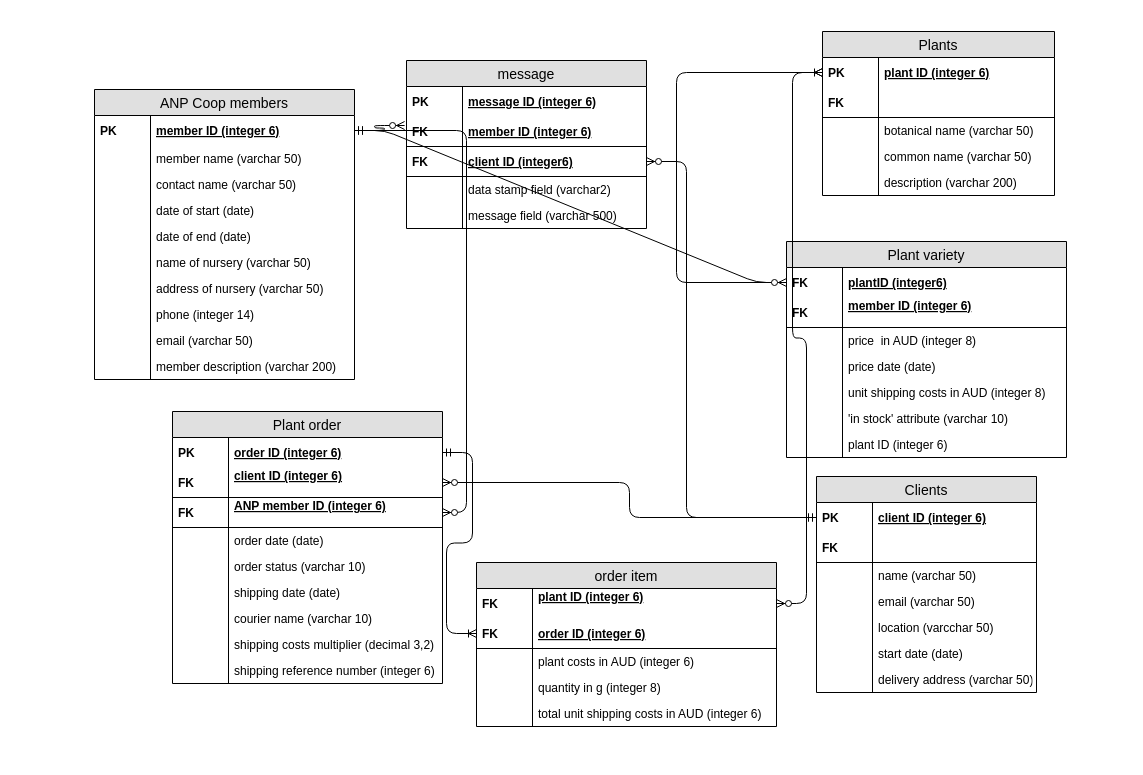
usc-J-K200/MathGame keeps this draw.io diagram as ICT211_Task2.drawio. Above is the earlier version. Source tidied: cells renumbered, new cells numbered last; positions are measured from the earlier drawing's top-left corner, leaving out a move shared by most shapes. Both pictures are drawn from the tidied source at 100%, with x=0, y=0 at pixel (94, 31).
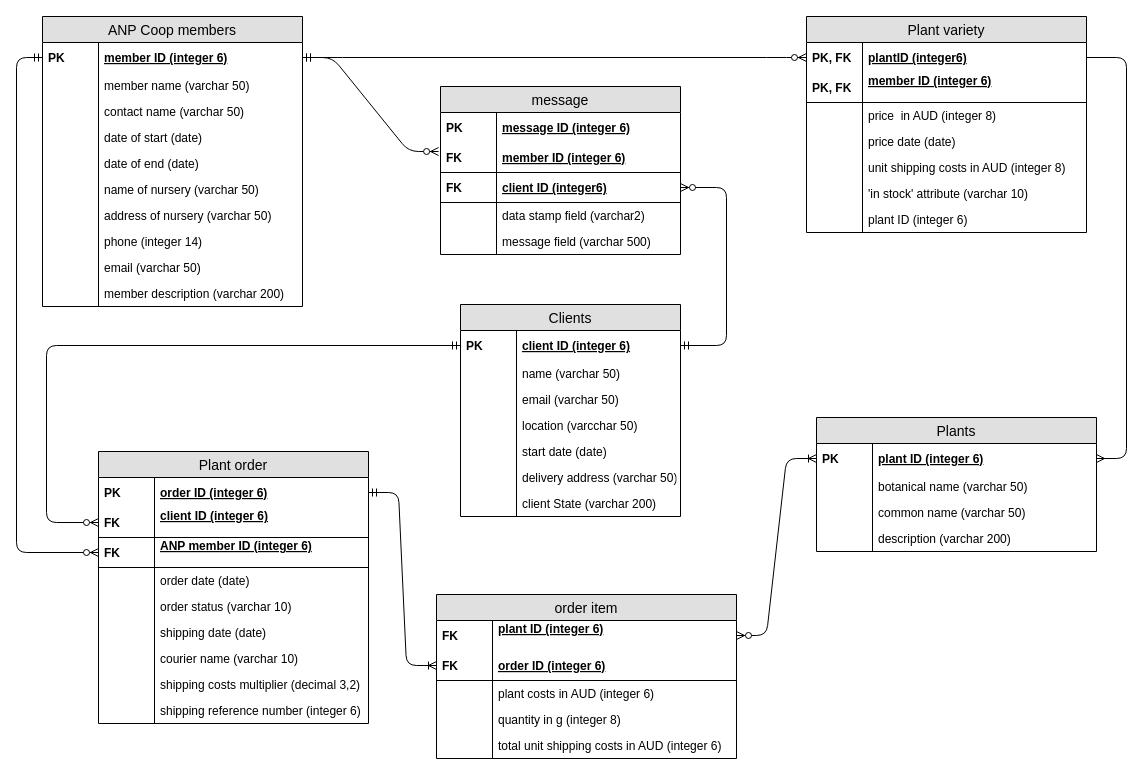
The same diagram, later.

The change refers to these unchanged cells:
```xml
<mxCell id="4" value="member ID (integer 6)" style="shape=partialRectangle;top=0;left=0;right=0;bottom=0;align=left;verticalAlign=middle;fillColor=none;spacingLeft=60;spacingRight=4;overflow=hidden;points=[[0,0.5],[1,0.5]];portConstraint=eastwest;fontStyle=5;fontSize=12;" parent="3" vertex="1">
  <mxGeometry y="26" width="260" height="30" as="geometry" />
</mxCell>
<mxCell id="25" value="client ID (integer 6)" style="shape=partialRectangle;top=0;left=0;right=0;bottom=0;align=left;verticalAlign=middle;fillColor=none;spacingLeft=60;spacingRight=4;overflow=hidden;points=[[0,0.5],[1,0.5]];portConstraint=eastwest;fontStyle=5;fontSize=12;" parent="24" vertex="1">
  <mxGeometry y="26" width="220" height="30" as="geometry" />
</mxCell>
<mxCell id="51" value="plantID (integer6)" style="shape=partialRectangle;top=0;left=0;right=0;bottom=0;align=left;verticalAlign=middle;fillColor=none;spacingLeft=60;spacingRight=4;overflow=hidden;points=[[0,0.5],[1,0.5]];portConstraint=eastwest;fontStyle=5;fontSize=12;" parent="50" vertex="1">
  <mxGeometry y="26" width="280" height="30" as="geometry" />
</mxCell>
<mxCell id="53" value="member ID (integer 6)&#10;" style="shape=partialRectangle;top=0;left=0;right=0;bottom=1;align=left;verticalAlign=middle;fillColor=none;spacingLeft=60;spacingRight=4;overflow=hidden;fontStyle=5;fontSize=12;" parent="50" vertex="1">
  <mxGeometry y="56" width="280" height="30" as="geometry" />
</mxCell>
<mxCell id="68" value="client ID (integer 6)&#10;&#10;" style="shape=partialRectangle;top=0;left=0;right=0;bottom=1;align=left;verticalAlign=middle;fillColor=none;spacingLeft=60;spacingRight=4;overflow=hidden;points=[[0,0.5],[1,0.5]];portConstraint=eastwest;fontStyle=5;fontSize=12;" parent="65" vertex="1">
  <mxGeometry y="56" width="270" height="30" as="geometry" />
</mxCell>
<mxCell id="70" value="ANP member ID (integer 6)&#10;" style="shape=partialRectangle;top=0;left=0;right=0;bottom=1;align=left;verticalAlign=middle;fillColor=none;spacingLeft=60;spacingRight=4;overflow=hidden;points=[[0,0.5],[1,0.5]];portConstraint=eastwest;fontStyle=5;fontSize=12;" parent="65" vertex="1">
  <mxGeometry y="86" width="270" height="30" as="geometry" />
</mxCell>
<mxCell id="100" value="client ID (integer6)" style="shape=partialRectangle;top=0;left=0;right=0;bottom=1;align=left;verticalAlign=middle;fillColor=none;spacingLeft=60;spacingRight=4;overflow=hidden;points=[[0,0.5],[1,0.5]];portConstraint=eastwest;fontStyle=5;fontSize=12;" parent="95" vertex="1">
  <mxGeometry y="86" width="240" height="30" as="geometry" />
</mxCell>
```

What changed in the source:
```diff
@@
-    <mxCell id="2" style="fontSize=12;html=1;endArrow=ERmany;edgeStyle=elbowEdgeStyle;exitX=0;exitY=0.5;exitDx=0;exitDy=0;entryX=0;entryY=0.5;entryDx=0;entryDy=0;" parent="1" edge="1" source="51" target="40">
-      <mxGeometry relative="1" as="geometry">
-        <Array as="points">
-          <mxPoint x="582" y="121" />
-        </Array>
-      </mxGeometry>
-    </mxCell>
     <mxCell id="3" value="ANP Coop members" style="swimlane;fontStyle=0;horizontal=1;startSize=26;fillColor=#e0e0e0;swimlaneFillColor=#ffffff;align=center;fontSize=14;" parent="1" vertex="1">
-      <mxGeometry y="58" width="260" height="290" as="geometry" />
+      <mxGeometry x="-52" y="-15" width="260" height="290" as="geometry" />
     </mxCell>
@@
     <mxCell id="24" value="Clients" style="swimlane;fontStyle=0;horizontal=1;startSize=26;fillColor=#e0e0e0;swimlaneFillColor=#ffffff;align=center;fontSize=14;" parent="1" vertex="1">
-      <mxGeometry x="722" y="445" width="220" height="216" as="geometry" />
+      <mxGeometry x="366" y="273" width="220" height="212" as="geometry" />
     </mxCell>
@@
-    <mxCell id="27" style="shape=partialRectangle;top=0;left=0;right=0;bottom=1;align=left;verticalAlign=middle;fillColor=none;spacingLeft=60;spacingRight=4;overflow=hidden;fontStyle=5;fontSize=12;" parent="24" vertex="1">
-      <mxGeometry y="56" width="220" height="30" as="geometry" />
-    </mxCell>
-    <mxCell id="28" value="FK" style="shape=partialRectangle;fontStyle=1;top=0;left=0;bottom=0;fillColor=none;align=left;verticalAlign=middle;spacingLeft=4;spacingRight=4;overflow=hidden;fontSize=12;" parent="27" vertex="1">
-      <mxGeometry width="56" height="30" as="geometry" />
-    </mxCell>
     <mxCell id="29" value="name (varchar 50)&#10;" style="shape=partialRectangle;top=0;left=0;right=0;bottom=0;align=left;verticalAlign=top;fillColor=none;spacingLeft=60;spacingRight=4;overflow=hidden;fontSize=12;" parent="24" vertex="1">
-      <mxGeometry y="86" width="220" height="26" as="geometry" />
+      <mxGeometry y="56" width="220" height="26" as="geometry" />
     </mxCell>
@@
     <mxCell id="31" value="email (varchar 50)&#10;" style="shape=partialRectangle;top=0;left=0;right=0;bottom=0;align=left;verticalAlign=top;fillColor=none;spacingLeft=60;spacingRight=4;overflow=hidden;fontSize=12;" parent="24" vertex="1">
-      <mxGeometry y="112" width="220" height="26" as="geometry" />
+      <mxGeometry y="82" width="220" height="26" as="geometry" />
     </mxCell>
@@
     <mxCell id="33" value="location (varcchar 50)&#10;" style="shape=partialRectangle;top=0;left=0;right=0;bottom=0;align=left;verticalAlign=top;fillColor=none;spacingLeft=60;spacingRight=4;overflow=hidden;fontSize=12;" parent="24" vertex="1">
-      <mxGeometry y="138" width="220" height="26" as="geometry" />
+      <mxGeometry y="108" width="220" height="26" as="geometry" />
     </mxCell>
@@
     <mxCell id="35" value="start date (date)&#10;" style="shape=partialRectangle;top=0;left=0;right=0;bottom=0;align=left;verticalAlign=top;fillColor=none;spacingLeft=60;spacingRight=4;overflow=hidden;fontSize=12;" parent="24" vertex="1">
-      <mxGeometry y="164" width="220" height="26" as="geometry" />
+      <mxGeometry y="134" width="220" height="26" as="geometry" />
     </mxCell>
@@
     <mxCell id="37" value="delivery address (varchar 50)&#10;&#10;" style="shape=partialRectangle;top=0;left=0;right=0;bottom=0;align=left;verticalAlign=top;fillColor=none;spacingLeft=60;spacingRight=4;overflow=hidden;fontSize=12;" parent="24" vertex="1">
-      <mxGeometry y="190" width="220" height="26" as="geometry" />
+      <mxGeometry y="160" width="220" height="26" as="geometry" />
     </mxCell>
@@
-    <mxCell id="39" value="Plants" style="swimlane;fontStyle=0;horizontal=1;startSize=26;fillColor=#e0e0e0;swimlaneFillColor=#ffffff;align=center;fontSize=14;" parent="1" vertex="1">
-      <mxGeometry x="728" width="232" height="164" as="geometry" />
-    </mxCell>
-    <mxCell id="40" value="plant ID (integer 6)" style="shape=partialRectangle;top=0;left=0;right=0;bottom=0;align=left;verticalAlign=middle;fillColor=none;spacingLeft=60;spacingRight=4;overflow=hidden;points=[[0,0.5],[1,0.5]];portConstraint=eastwest;fontStyle=5;fontSize=12;" parent="39" vertex="1">
-      <mxGeometry y="26" width="232" height="30" as="geometry" />
-    </mxCell>
-    <mxCell id="41" value="PK" style="shape=partialRectangle;fontStyle=1;top=0;left=0;bottom=0;fillColor=none;align=left;verticalAlign=middle;spacingLeft=4;spacingRight=4;overflow=hidden;fontSize=12;" parent="40" vertex="1">
-      <mxGeometry width="56" height="30" as="geometry" />
-    </mxCell>
-    <mxCell id="42" style="shape=partialRectangle;top=0;left=0;right=0;bottom=1;align=left;verticalAlign=middle;fillColor=none;spacingLeft=60;spacingRight=4;overflow=hidden;fontStyle=5;fontSize=12;" parent="39" vertex="1">
-      <mxGeometry y="56" width="232" height="30" as="geometry" />
-    </mxCell>
-    <mxCell id="43" value="FK" style="shape=partialRectangle;fontStyle=1;top=0;left=0;bottom=0;fillColor=none;align=left;verticalAlign=middle;spacingLeft=4;spacingRight=4;overflow=hidden;fontSize=12;" parent="42" vertex="1">
-      <mxGeometry width="56" height="30" as="geometry" />
-    </mxCell>
-    <mxCell id="44" value="botanical name (varchar 50)&#10;" style="shape=partialRectangle;top=0;left=0;right=0;bottom=0;align=left;verticalAlign=top;fillColor=none;spacingLeft=60;spacingRight=4;overflow=hidden;fontSize=12;" parent="39" vertex="1">
-      <mxGeometry y="86" width="232" height="26" as="geometry" />
-    </mxCell>
-    <mxCell id="45" style="shape=partialRectangle;top=0;left=0;bottom=0;fillColor=none;align=left;verticalAlign=top;spacingLeft=4;spacingRight=4;overflow=hidden;fontSize=12;" parent="44" vertex="1">
-      <mxGeometry width="56" height="26" as="geometry" />
-    </mxCell>
-    <mxCell id="46" value="common name (varchar 50)&#10;" style="shape=partialRectangle;top=0;left=0;right=0;bottom=0;align=left;verticalAlign=top;fillColor=none;spacingLeft=60;spacingRight=4;overflow=hidden;fontSize=12;" parent="39" vertex="1">
-      <mxGeometry y="112" width="232" height="26" as="geometry" />
-    </mxCell>
-    <mxCell id="47" style="shape=partialRectangle;top=0;left=0;bottom=0;fillColor=none;align=left;verticalAlign=top;spacingLeft=4;spacingRight=4;overflow=hidden;fontSize=12;" parent="46" vertex="1">
-      <mxGeometry width="56" height="26" as="geometry" />
-    </mxCell>
-    <mxCell id="48" value="description (varchar 200)&#10;" style="shape=partialRectangle;top=0;left=0;right=0;bottom=0;align=left;verticalAlign=top;fillColor=none;spacingLeft=60;spacingRight=4;overflow=hidden;fontSize=12;" parent="39" vertex="1">
-      <mxGeometry y="138" width="232" height="26" as="geometry" />
-    </mxCell>
-    <mxCell id="49" style="shape=partialRectangle;top=0;left=0;bottom=0;fillColor=none;align=left;verticalAlign=top;spacingLeft=4;spacingRight=4;overflow=hidden;fontSize=12;" parent="48" vertex="1">
-      <mxGeometry width="56" height="26" as="geometry" />
-    </mxCell>
+    <mxCell id="113" value="client State (varchar 200)&#10;" style="shape=partialRectangle;top=0;left=0;right=0;bottom=0;align=left;verticalAlign=top;fillColor=none;spacingLeft=60;spacingRight=4;overflow=hidden;fontSize=12;" parent="24" vertex="1">
+      <mxGeometry y="186" width="220" height="26" as="geometry" />
+    </mxCell>
+    <mxCell id="114" style="shape=partialRectangle;top=0;left=0;bottom=0;fillColor=none;align=left;verticalAlign=top;spacingLeft=4;spacingRight=4;overflow=hidden;fontSize=12;" parent="113" vertex="1">
+      <mxGeometry width="56" height="26" as="geometry" />
+    </mxCell>
     <mxCell id="50" value="Plant variety" style="swimlane;fontStyle=0;horizontal=1;startSize=26;fillColor=#e0e0e0;swimlaneFillColor=#ffffff;align=center;fontSize=14;" parent="1" vertex="1">
-      <mxGeometry x="692" y="210" width="280" height="216" as="geometry" />
+      <mxGeometry x="712" y="-15" width="280" height="216" as="geometry" />
     </mxCell>
@@
-    <mxCell id="52" value="FK" style="shape=partialRectangle;fontStyle=1;top=0;left=0;bottom=0;fillColor=none;align=left;verticalAlign=middle;spacingLeft=4;spacingRight=4;overflow=hidden;fontSize=12;" parent="51" vertex="1">
+    <mxCell id="52" value="PK, FK" style="shape=partialRectangle;fontStyle=1;top=0;left=0;bottom=0;fillColor=none;align=left;verticalAlign=middle;spacingLeft=4;spacingRight=4;overflow=hidden;fontSize=12;" parent="51" vertex="1">
       <mxGeometry width="56" height="30" as="geometry" />
     </mxCell>
@@
-    <mxCell id="54" value="FK" style="shape=partialRectangle;fontStyle=1;top=0;left=0;bottom=0;fillColor=none;align=left;verticalAlign=middle;spacingLeft=4;spacingRight=4;overflow=hidden;fontSize=12;" parent="53" vertex="1">
+    <mxCell id="54" value="PK, FK" style="shape=partialRectangle;fontStyle=1;top=0;left=0;bottom=0;fillColor=none;align=left;verticalAlign=middle;spacingLeft=4;spacingRight=4;overflow=hidden;fontSize=12;" parent="53" vertex="1">
       <mxGeometry width="56" height="30" as="geometry" />
     </mxCell>
@@
     <mxCell id="65" value="Plant order" style="swimlane;fontStyle=0;horizontal=1;startSize=26;fillColor=#e0e0e0;swimlaneFillColor=#ffffff;align=center;fontSize=14;" parent="1" vertex="1">
-      <mxGeometry x="78" y="380" width="270" height="272" as="geometry" />
+      <mxGeometry x="4" y="420" width="270" height="272" as="geometry" />
     </mxCell>
@@
     <mxCell id="84" value="order item" style="swimlane;fontStyle=0;horizontal=1;startSize=26;fillColor=#e0e0e0;swimlaneFillColor=#ffffff;align=center;fontSize=14;" parent="1" vertex="1">
-      <mxGeometry x="382" y="531" width="300" height="164" as="geometry" />
+      <mxGeometry x="342" y="563" width="300" height="164" as="geometry" />
     </mxCell>
@@
     <mxCell id="95" value="message" style="swimlane;fontStyle=0;horizontal=1;startSize=26;fillColor=#e0e0e0;swimlaneFillColor=#ffffff;align=center;fontSize=14;" parent="1" vertex="1">
-      <mxGeometry x="312" y="29" width="240" height="168" as="geometry" />
+      <mxGeometry x="346" y="55" width="240" height="168" as="geometry" />
     </mxCell>
@@
-    <mxCell id="108" style="fontSize=12;html=1;endArrow=ERzeroToMany;startArrow=ERmandOne;entryX=1;entryY=0.5;entryDx=0;entryDy=0;exitX=0;exitY=0.5;exitDx=0;exitDy=0;edgeStyle=elbowEdgeStyle;" parent="1" edge="1" source="25" target="100">
+    <mxCell id="108" style="fontSize=12;html=1;endArrow=ERzeroToMany;startArrow=ERmandOne;entryX=1;entryY=0.5;entryDx=0;entryDy=0;exitX=1;exitY=0.5;exitDx=0;exitDy=0;edgeStyle=elbowEdgeStyle;" parent="1" edge="1" source="25" target="100">
       <mxGeometry relative="1" as="geometry">
         <Array as="points">
-          <mxPoint x="592" y="391" />
+          <mxPoint x="632" y="241" />
         </Array>
       </mxGeometry>
     </mxCell>
-    <mxCell id="109" style="edgeStyle=elbowEdgeStyle;fontSize=12;html=1;endArrow=ERzeroToMany;startArrow=ERmandOne;entryX=1;entryY=0.5;entryDx=0;entryDy=0;exitX=0;exitY=0.5;exitDx=0;exitDy=0;" parent="1" edge="1" source="25" target="68">
-      <mxGeometry relative="1" as="geometry" />
+    <mxCell id="109" style="edgeStyle=elbowEdgeStyle;fontSize=12;html=1;endArrow=ERzeroToMany;startArrow=ERmandOne;entryX=0;entryY=0.5;entryDx=0;entryDy=0;exitX=0;exitY=0.5;exitDx=0;exitDy=0;" parent="1" edge="1" source="25" target="68">
+      <mxGeometry relative="1" as="geometry">
+        <Array as="points">
+          <mxPoint x="-48" y="361" />
+        </Array>
+      </mxGeometry>
     </mxCell>
-    <mxCell id="110" style="edgeStyle=elbowEdgeStyle;fontSize=12;html=1;endArrow=ERzeroToMany;startArrow=ERmandOne;entryX=1;entryY=0.5;entryDx=0;entryDy=0;exitX=1;exitY=0.5;exitDx=0;exitDy=0;" parent="1" edge="1" source="4" target="70">
+    <mxCell id="110" style="edgeStyle=elbowEdgeStyle;fontSize=12;html=1;endArrow=ERzeroToMany;startArrow=ERmandOne;entryX=0;entryY=0.5;entryDx=0;entryDy=0;exitX=0;exitY=0.5;exitDx=0;exitDy=0;" parent="1" edge="1" source="4" target="70">
       <mxGeometry relative="1" as="geometry">
         <Array as="points">
-          <mxPoint x="372" y="341" />
+          <mxPoint x="-78" y="231" />
           <mxPoint x="252" y="261" />
         </Array>
       </mxGeometry>
     </mxCell>
@@
+    <mxCell id="39" value="Plants" style="swimlane;fontStyle=0;horizontal=1;startSize=26;fillColor=#e0e0e0;swimlaneFillColor=#ffffff;align=center;fontSize=14;" parent="1" vertex="1">
+      <mxGeometry x="722" y="386" width="280" height="134" as="geometry" />
+    </mxCell>
+    <mxCell id="40" value="plant ID (integer 6)" style="shape=partialRectangle;top=0;left=0;right=0;bottom=0;align=left;verticalAlign=middle;fillColor=none;spacingLeft=60;spacingRight=4;overflow=hidden;points=[[0,0.5],[1,0.5]];portConstraint=eastwest;fontStyle=5;fontSize=12;" parent="39" vertex="1">
+      <mxGeometry y="26" width="280" height="30" as="geometry" />
+    </mxCell>
+    <mxCell id="41" value="PK" style="shape=partialRectangle;fontStyle=1;top=0;left=0;bottom=0;fillColor=none;align=left;verticalAlign=middle;spacingLeft=4;spacingRight=4;overflow=hidden;fontSize=12;" parent="40" vertex="1">
+      <mxGeometry width="56" height="30" as="geometry" />
+    </mxCell>
+    <mxCell id="44" value="botanical name (varchar 50)&#10;" style="shape=partialRectangle;top=0;left=0;right=0;bottom=0;align=left;verticalAlign=top;fillColor=none;spacingLeft=60;spacingRight=4;overflow=hidden;fontSize=12;" parent="39" vertex="1">
+      <mxGeometry y="56" width="280" height="26" as="geometry" />
+    </mxCell>
+    <mxCell id="45" style="shape=partialRectangle;top=0;left=0;bottom=0;fillColor=none;align=left;verticalAlign=top;spacingLeft=4;spacingRight=4;overflow=hidden;fontSize=12;" parent="44" vertex="1">
+      <mxGeometry width="56" height="26" as="geometry" />
+    </mxCell>
+    <mxCell id="46" value="common name (varchar 50)&#10;" style="shape=partialRectangle;top=0;left=0;right=0;bottom=0;align=left;verticalAlign=top;fillColor=none;spacingLeft=60;spacingRight=4;overflow=hidden;fontSize=12;" parent="39" vertex="1">
+      <mxGeometry y="82" width="280" height="26" as="geometry" />
+    </mxCell>
+    <mxCell id="47" style="shape=partialRectangle;top=0;left=0;bottom=0;fillColor=none;align=left;verticalAlign=top;spacingLeft=4;spacingRight=4;overflow=hidden;fontSize=12;" parent="46" vertex="1">
+      <mxGeometry width="56" height="26" as="geometry" />
+    </mxCell>
+    <mxCell id="48" value="description (varchar 200)&#10;" style="shape=partialRectangle;top=0;left=0;right=0;bottom=0;align=left;verticalAlign=top;fillColor=none;spacingLeft=60;spacingRight=4;overflow=hidden;fontSize=12;" parent="39" vertex="1">
+      <mxGeometry y="108" width="280" height="26" as="geometry" />
+    </mxCell>
+    <mxCell id="49" style="shape=partialRectangle;top=0;left=0;bottom=0;fillColor=none;align=left;verticalAlign=top;spacingLeft=4;spacingRight=4;overflow=hidden;fontSize=12;" parent="48" vertex="1">
+      <mxGeometry width="56" height="26" as="geometry" />
+    </mxCell>
+    <mxCell id="2" style="fontSize=12;html=1;endArrow=ERmany;edgeStyle=elbowEdgeStyle;exitX=1;exitY=0.5;exitDx=0;exitDy=0;entryX=1;entryY=0.5;entryDx=0;entryDy=0;" parent="1" edge="1" source="51" target="40">
+      <mxGeometry relative="1" as="geometry">
+        <Array as="points">
+          <mxPoint x="1032" y="241" />
+        </Array>
+      </mxGeometry>
+    </mxCell>
```
